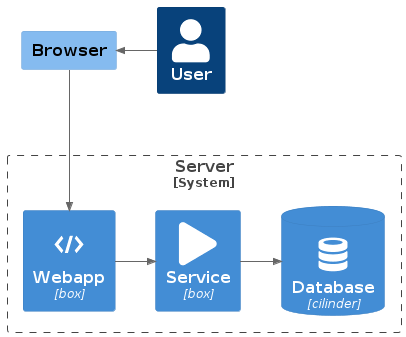
Above: docs/img/box-box-cilinder.png in marcvanandel/programming-guide (PlantUML), before the change.
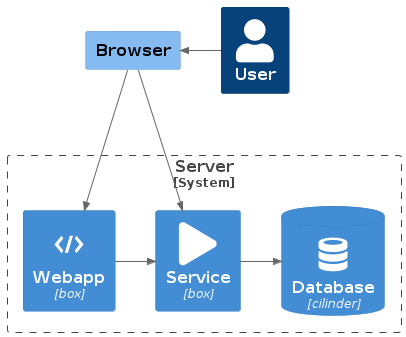
The same file after the commit.

Commit message:
browser access service as well

What changed in the source:
```diff
@@ -13,15 +13,16 @@
 HIDE_STEREOTYPE()
 
 Person(user1, "User")
-Component(client1, "Browser")
+Component(browserAlias, "Browser")
 System_Boundary(c1, "Server") {
     Container(webappAlias, "Webapp", "box", $sprite="code")
     Container(serviceAlias, "Service", "box", $sprite="play")
     ContainerDb(dataAlias, "Database", "cilinder", $sprite="database")
 }
 
-Rel_L(user1, client1, " ")
-Rel(client1, webappAlias, " ")
+Rel_L(user1, browserAlias, " ")
+Rel(browserAlias, webappAlias, " ")
+Rel(browserAlias, serviceAlias, " ")
 Rel_R(webappAlias, serviceAlias, " ")
 Rel_R(serviceAlias, dataAlias, " ")
 
```
